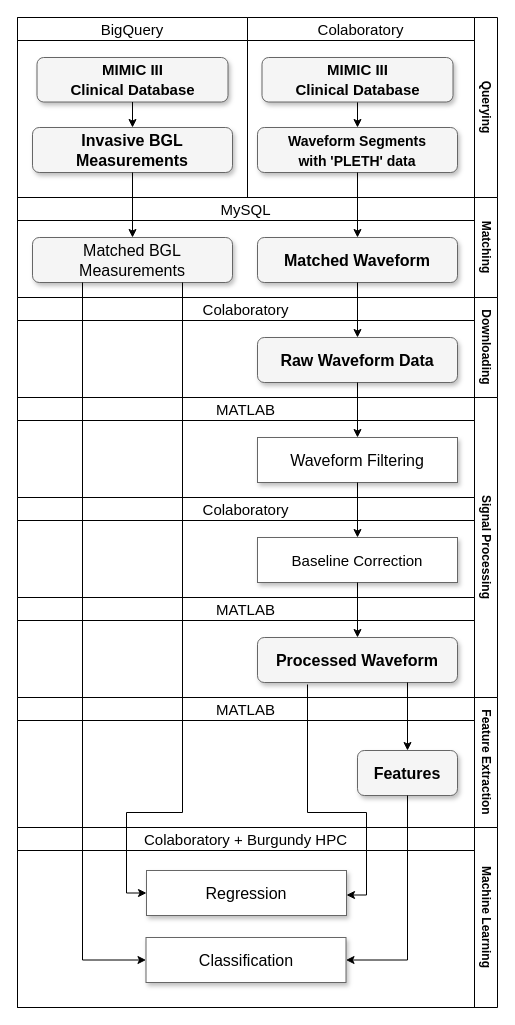
INll/fyp-graphs keeps this draw.io diagram as Untitled Diagram.drawio. Above is the earlier version. Source tidied: cells renumbered, new cells numbered last; positions are measured from the earlier drawing's top-left corner, leaving out a move shared by most shapes. Both pictures are drawn from the tidied source at 100%, with x=0, y=0 at pixel (17, 17).
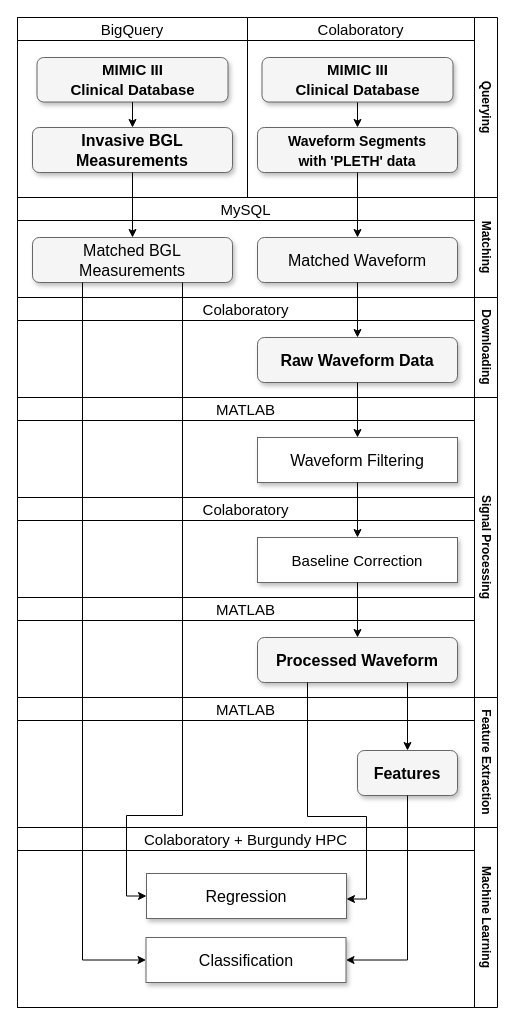
After the change.

Unchanged cells that the change refers to:
```xml
<mxCell id="18" value="&lt;b&gt;Processed Waveform&lt;/b&gt;" style="whiteSpace=wrap;html=1;rounded=1;shadow=1;strokeWidth=1;fontSize=16;align=center;fillColor=#F5F5F5;strokeColor=#666666;" parent="17" vertex="1">
  <mxGeometry x="240" y="40" width="200" height="45" as="geometry" />
</mxCell>
<mxCell id="21" value="Matching" style="swimlane;horizontal=0;rotation=-180;startSize=23;fontStyle=1;" parent="1" vertex="1">
  <mxGeometry y="180" width="480" height="100" as="geometry" />
</mxCell>
<mxCell id="23" value="Matched BGL Measurements" style="whiteSpace=wrap;html=1;rounded=1;shadow=1;strokeWidth=1;fontSize=16;align=center;fillColor=#F5F5F5;strokeColor=#666666;" parent="21" vertex="1">
  <mxGeometry x="15" y="40" width="200" height="45" as="geometry" />
</mxCell>
<mxCell id="36" value="Colaboratory + Burgundy HPC" style="swimlane;rounded=0;fontSize=15;fillColor=#FFFFFF;fontStyle=0;" parent="35" vertex="1">
  <mxGeometry width="457" height="180" as="geometry" />
</mxCell>
```

Change to the diagram source:
```diff
@@
-    <mxCell id="22" value="Matched Waveform" style="whiteSpace=wrap;html=1;rounded=1;shadow=1;strokeWidth=1;fontSize=16;align=center;fillColor=#F5F5F5;strokeColor=#666666;fontStyle=1;" parent="21" vertex="1">
+    <mxCell id="22" value="Matched Waveform" style="whiteSpace=wrap;html=1;rounded=1;shadow=1;strokeWidth=1;fontSize=16;align=center;fillColor=#F5F5F5;strokeColor=#666666;" parent="21" vertex="1">
       <mxGeometry x="240" y="40" width="200" height="45" as="geometry" />
     </mxCell>
@@
     <mxCell id="37" value="Regression" style="whiteSpace=wrap;html=1;rounded=0;shadow=1;strokeWidth=1;fontSize=16;align=center;fillColor=#FFFFFF;strokeColor=#666666;" parent="36" vertex="1">
-      <mxGeometry x="129" y="43" width="200" height="45" as="geometry" />
+      <mxGeometry x="129" y="46" width="200" height="45" as="geometry" />
     </mxCell>
@@
-    <mxCell id="41" style="edgeStyle=orthogonalEdgeStyle;rounded=0;jettySize=auto;html=1;exitX=0.75;exitY=1;exitDx=0;exitDy=0;entryX=0;entryY=0.5;entryDx=0;entryDy=0;fontSize=15;" parent="1" edge="1" source="23" target="37">
+    <mxCell id="41" style="edgeStyle=orthogonalEdgeStyle;rounded=0;jettySize=auto;html=1;exitX=0.75;exitY=1;exitDx=0;exitDy=0;entryX=0;entryY=0.5;entryDx=0;entryDy=0;fontSize=15;" parent="1" edge="1" source="23">
       <mxGeometry relative="1" as="geometry">
+        <mxPoint x="129" y="878.5" as="targetPoint" />
         <Array as="points">
-          <mxPoint x="165" y="795" />
-          <mxPoint x="109" y="795" />
-          <mxPoint x="109" y="875" />
+          <mxPoint x="165" y="798" />
+          <mxPoint x="109" y="798" />
+          <mxPoint x="109" y="879" />
         </Array>
       </mxGeometry>
     </mxCell>
-    <mxCell id="42" style="edgeStyle=orthogonalEdgeStyle;rounded=0;orthogonalLoop=1;jettySize=auto;html=1;exitX=0.25;exitY=1;exitDx=0;exitDy=0;entryX=1;entryY=0.5;entryDx=0;entryDy=0;fontSize=15;" parent="1" edge="1">
+    <mxCell id="42" style="edgeStyle=orthogonalEdgeStyle;rounded=0;jettySize=auto;html=1;exitX=0.25;exitY=1;exitDx=0;exitDy=0;entryX=1;entryY=0.5;entryDx=0;entryDy=0;fontSize=15;" parent="1" edge="1" source="18">
       <mxGeometry relative="1" as="geometry">
-        <mxPoint x="290" y="667" as="sourcePoint" />
-        <mxPoint x="329" y="877.5" as="targetPoint" />
+        <mxPoint x="329" y="881.5" as="targetPoint" />
         <Array as="points">
-          <mxPoint x="290" y="795" />
-          <mxPoint x="349" y="795" />
-          <mxPoint x="349" y="878" />
+          <mxPoint x="290" y="799" />
+          <mxPoint x="349" y="799" />
+          <mxPoint x="349" y="882" />
         </Array>
       </mxGeometry>
     </mxCell>
```
